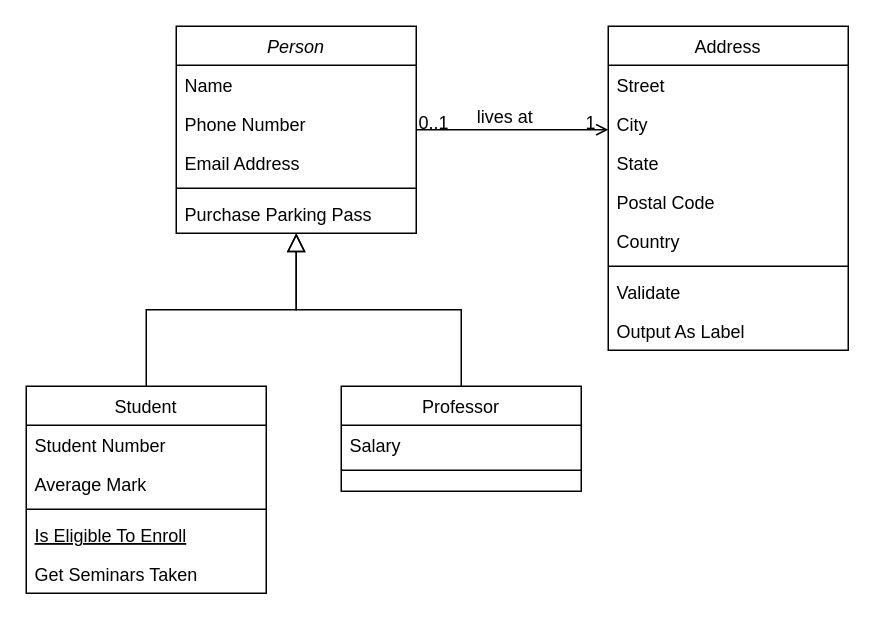
The draw.io diagram Untitled Diagram.drawio in Stavriana/Databases, before the edit. Source tidied: cells renumbered, new cells numbered last; positions are measured from the earlier drawing's top-left corner, leaving out a move shared by most shapes. Both pictures are drawn from the tidied source at 150%, with x=0, y=0 at pixel (26, 26).
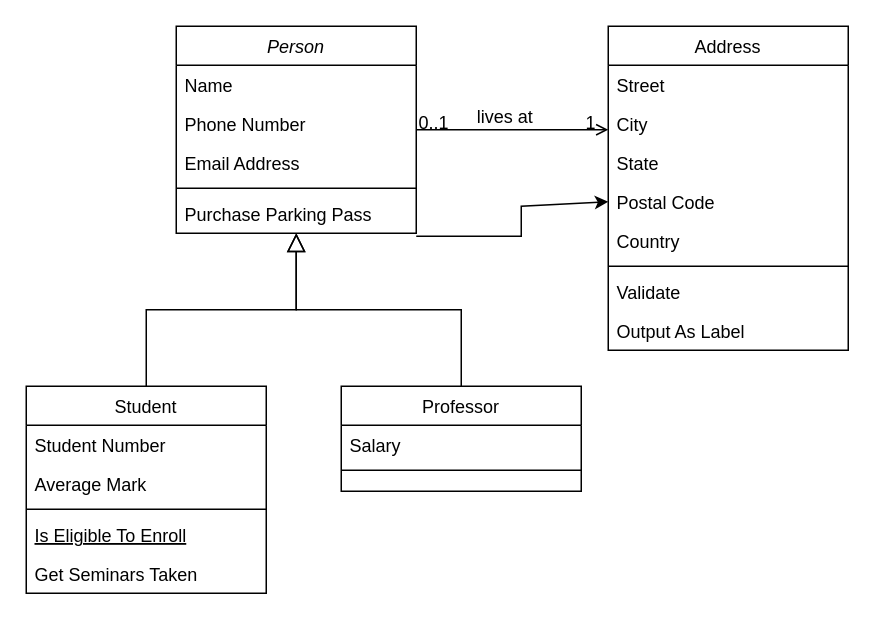
Above is the later version.

Unchanged cells that the change refers to:
```xml
<mxCell id="23" value="Postal Code" style="text;align=left;verticalAlign=top;spacingLeft=4;spacingRight=4;overflow=hidden;points=[[0,0.5],[1,0.5]];portConstraint=eastwest;rounded=0;shadow=0;html=0;" parent="19" vertex="1">
  <mxGeometry y="104" width="160" height="26" as="geometry" />
</mxCell>
```

Diff of the diagram source:
```diff
@@
+    <mxCell id="32" style="endArrow=classic;html=1;rounded=0;entryX=0;entryY=0.5;entryDx=0;entryDy=0;" parent="1" edge="1" target="23">
+      <mxGeometry relative="1" as="geometry">
+        <mxPoint x="260" y="140" as="sourcePoint" />
+        <Array as="points">
+          <mxPoint x="330" y="140" />
+          <mxPoint x="330" y="120" />
+        </Array>
+      </mxGeometry>
+    </mxCell>
```
